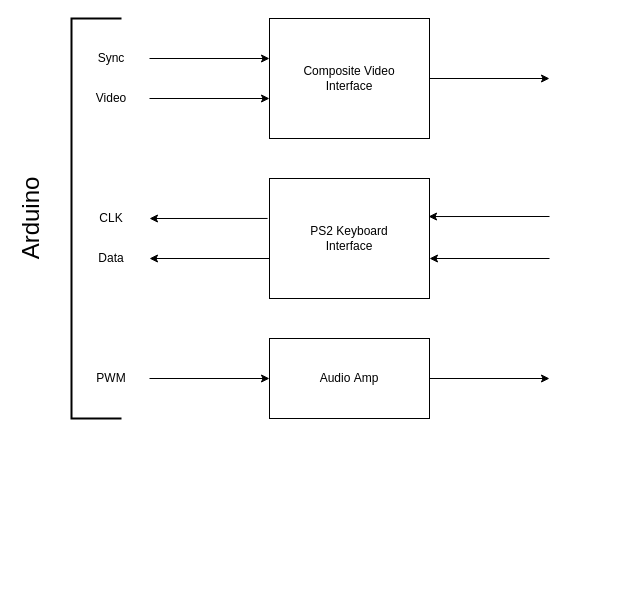
The draw.io diagram docs/RetroAV-HW-Block-Diagram.drawio in dervish77/RetroAV, before the edit. Source tidied: cells renumbered, new cells numbered last; positions are measured from the earlier drawing's top-left corner, leaving out a move shared by most shapes. Both pictures are drawn from the tidied source at 100%, with x=0, y=0 at pixel (11, 18).
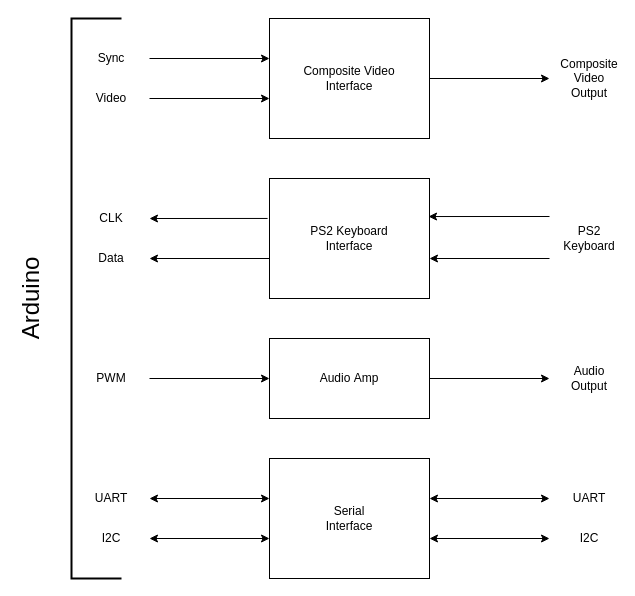
Above is the later version.

Commit message (it also covers changes not shown here):
updated block diagrams

What changed in the source:
```diff
@@
     <mxCell id="10" style="strokeWidth=2;html=1;shape=mxgraph.flowchart.annotation_1;align=left;" parent="1" vertex="1">
-      <mxGeometry x="60" width="50" height="400" as="geometry" />
+      <mxGeometry x="60" width="50" height="560" as="geometry" />
     </mxCell>
     <mxCell id="11" value="&lt;font style=&quot;font-size: 24px&quot;&gt;Arduino&lt;/font&gt;" style="text;html=1;strokeColor=none;fillColor=none;align=center;verticalAlign=middle;whiteSpace=wrap;rounded=0;rotation=-90;" parent="1" vertex="1">
-      <mxGeometry y="190" width="40" height="20" as="geometry" />
+      <mxGeometry y="270" width="40" height="20" as="geometry" />
     </mxCell>
@@
+    <mxCell id="21" value="Serial&lt;br&gt;Interface" style="rounded=0;whiteSpace=wrap;html=1;" parent="1" vertex="1">
+      <mxGeometry x="258" y="440" width="160" height="120" as="geometry" />
+    </mxCell>
+    <mxCell id="22" style="endArrow=classic;startArrow=classic;html=1;" parent="1" edge="1">
+      <mxGeometry relative="1" as="geometry">
+        <mxPoint x="418" y="480" as="sourcePoint" />
+        <mxPoint x="538" y="480" as="targetPoint" />
+      </mxGeometry>
+    </mxCell>
+    <mxCell id="23" style="endArrow=classic;startArrow=classic;html=1;" parent="1" edge="1">
+      <mxGeometry relative="1" as="geometry">
+        <mxPoint x="418" y="520" as="sourcePoint" />
+        <mxPoint x="538" y="520" as="targetPoint" />
+      </mxGeometry>
+    </mxCell>
+    <mxCell id="24" style="endArrow=classic;startArrow=classic;html=1;" parent="1" edge="1">
+      <mxGeometry relative="1" as="geometry">
+        <mxPoint x="138" y="480" as="sourcePoint" />
+        <mxPoint x="258" y="480" as="targetPoint" />
+      </mxGeometry>
+    </mxCell>
+    <mxCell id="25" style="endArrow=classic;startArrow=classic;html=1;" parent="1" edge="1">
+      <mxGeometry relative="1" as="geometry">
+        <mxPoint x="138" y="520" as="sourcePoint" />
+        <mxPoint x="258" y="520" as="targetPoint" />
+      </mxGeometry>
+    </mxCell>
+    <mxCell id="26" value="UART" style="text;html=1;strokeColor=none;fillColor=none;align=center;verticalAlign=middle;whiteSpace=wrap;rounded=0;" parent="1" vertex="1">
+      <mxGeometry x="80" y="470" width="40" height="20" as="geometry" />
+    </mxCell>
+    <mxCell id="27" value="I2C" style="text;html=1;strokeColor=none;fillColor=none;align=center;verticalAlign=middle;whiteSpace=wrap;rounded=0;" parent="1" vertex="1">
+      <mxGeometry x="80" y="510" width="40" height="20" as="geometry" />
+    </mxCell>
+    <mxCell id="28" value="Composite&lt;br&gt;Video Output" style="text;html=1;strokeColor=none;fillColor=none;align=center;verticalAlign=middle;whiteSpace=wrap;rounded=0;" parent="1" vertex="1">
+      <mxGeometry x="558" y="50" width="40" height="20" as="geometry" />
+    </mxCell>
+    <mxCell id="29" value="PS2&lt;br&gt;Keyboard" style="text;html=1;strokeColor=none;fillColor=none;align=center;verticalAlign=middle;whiteSpace=wrap;rounded=0;" parent="1" vertex="1">
+      <mxGeometry x="558" y="210" width="40" height="20" as="geometry" />
+    </mxCell>
+    <mxCell id="30" value="Audio&lt;br&gt;Output" style="text;html=1;strokeColor=none;fillColor=none;align=center;verticalAlign=middle;whiteSpace=wrap;rounded=0;" parent="1" vertex="1">
+      <mxGeometry x="558" y="350" width="40" height="20" as="geometry" />
+    </mxCell>
+    <mxCell id="31" value="UART" style="text;html=1;strokeColor=none;fillColor=none;align=center;verticalAlign=middle;whiteSpace=wrap;rounded=0;" parent="1" vertex="1">
+      <mxGeometry x="558" y="470" width="40" height="20" as="geometry" />
+    </mxCell>
+    <mxCell id="32" value="I2C" style="text;html=1;strokeColor=none;fillColor=none;align=center;verticalAlign=middle;whiteSpace=wrap;rounded=0;" parent="1" vertex="1">
+      <mxGeometry x="558" y="510" width="40" height="20" as="geometry" />
+    </mxCell>
```
